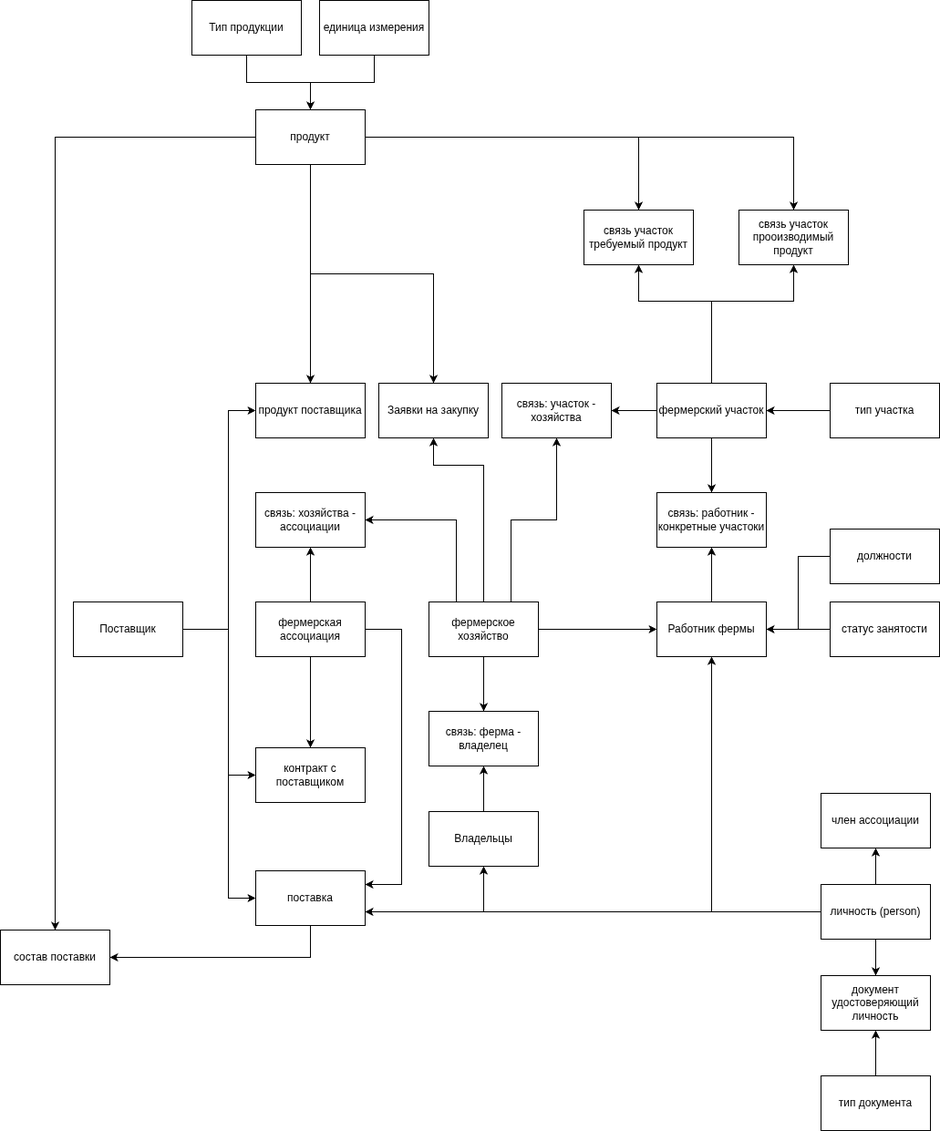
ABOKADO228/UP04 keeps this draw.io diagram as Docs/db_cheme.png. Above is the earlier version. Source tidied: cells renumbered, new cells last; positions are measured from the earlier drawing's top-left corner, leaving out a move shared by most shapes.
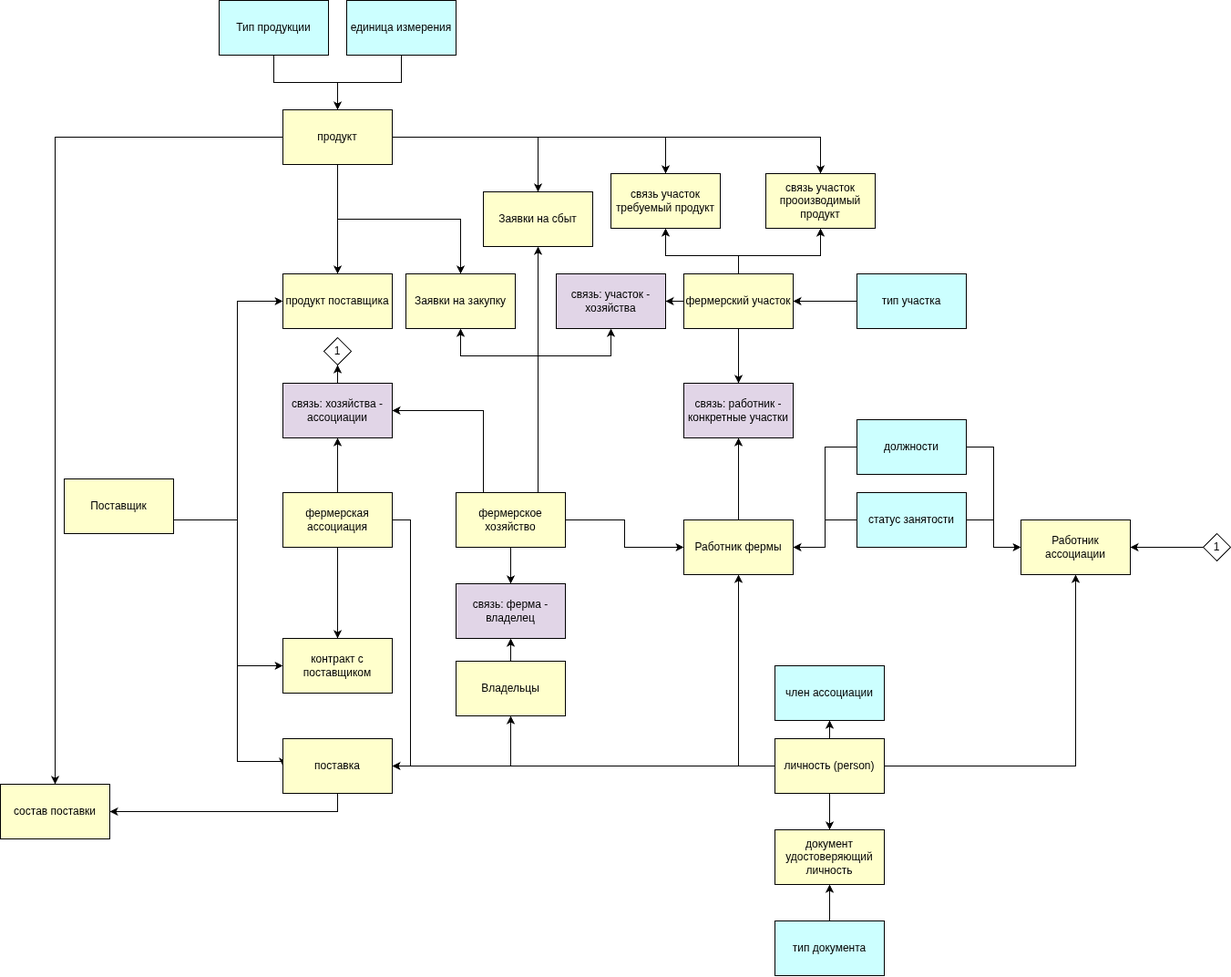
The same diagram one commit later.

What changed in the source:
```diff
@@ -7,3 +7,6 @@
     </mxCell>
+    <mxCell id="63" style="edgeStyle=orthogonalEdgeStyle;rounded=0;jettySize=auto;html=1;" parent="1" edge="1" source="3" target="68">
+      <mxGeometry relative="1" as="geometry" />
+    </mxCell>
-    <mxCell id="3" value="статус занятости" style="rounded=0;whiteSpace=wrap;html=1;" parent="1" vertex="1">
+    <mxCell id="3" value="статус занятости" style="rounded=0;whiteSpace=wrap;html=1;fillColor=#CCFFFF;" parent="1" vertex="1">
       <mxGeometry x="910" y="660" width="120" height="60" as="geometry" />
@@ -16,13 +19,25 @@
     </mxCell>
-    <mxCell id="6" style="edgeStyle=orthogonalEdgeStyle;rounded=0;jettySize=auto;html=1;exitX=0;exitY=0.5;exitDx=0;exitDy=0;" parent="1" edge="1" source="9" target="19">
-      <mxGeometry relative="1" as="geometry" />
+    <mxCell id="6" style="edgeStyle=orthogonalEdgeStyle;rounded=0;jettySize=auto;html=1;exitX=0;exitY=0.5;exitDx=0;exitDy=0;entryX=0.5;entryY=1;entryDx=0;entryDy=0;" parent="1" edge="1" source="9" target="19">
+      <mxGeometry relative="1" as="geometry">
+        <Array as="points">
+          <mxPoint x="530" y="960" />
+        </Array>
+      </mxGeometry>
     </mxCell>
     <mxCell id="7" style="edgeStyle=orthogonalEdgeStyle;rounded=0;jettySize=auto;html=1;exitX=0;exitY=0.5;exitDx=0;exitDy=0;" parent="1" edge="1" source="9" target="37">
-      <mxGeometry relative="1" as="geometry" />
+      <mxGeometry relative="1" as="geometry">
+        <Array as="points">
+          <mxPoint x="780" y="960" />
+        </Array>
+      </mxGeometry>
     </mxCell>
-    <mxCell id="8" style="edgeStyle=orthogonalEdgeStyle;rounded=0;jettySize=auto;html=1;entryX=1;entryY=0.75;entryDx=0;entryDy=0;" parent="1" edge="1" source="9" target="53">
-      <mxGeometry relative="1" as="geometry" />
+    <mxCell id="8" style="edgeStyle=orthogonalEdgeStyle;rounded=0;jettySize=auto;html=1;entryX=1;entryY=0.5;entryDx=0;entryDy=0;" parent="1" edge="1" source="9" target="53">
+      <mxGeometry relative="1" as="geometry">
+        <Array as="points">
+          <mxPoint x="400" y="960" />
+        </Array>
+      </mxGeometry>
     </mxCell>
-    <mxCell id="9" value="личность (person)" style="rounded=0;whiteSpace=wrap;html=1;" parent="1" vertex="1">
-      <mxGeometry x="900" y="970" width="120" height="60" as="geometry" />
+    <mxCell id="9" value="личность (person)" style="rounded=0;whiteSpace=wrap;html=1;fillColor=#FFFFCC;" parent="1" vertex="1">
+      <mxGeometry x="820" y="930" width="120" height="60" as="geometry" />
     </mxCell>
@@ -31,3 +46,6 @@
     </mxCell>
+    <mxCell id="64" style="edgeStyle=orthogonalEdgeStyle;rounded=0;jettySize=auto;html=1;entryX=0;entryY=0.5;entryDx=0;entryDy=0;" parent="1" edge="1" source="11" target="68">
+      <mxGeometry relative="1" as="geometry" />
+    </mxCell>
-    <mxCell id="11" value="должности" style="rounded=0;whiteSpace=wrap;html=1;" parent="1" vertex="1">
+    <mxCell id="11" value="должности" style="rounded=0;whiteSpace=wrap;html=1;fillColor=#CCFFFF;" parent="1" vertex="1">
       <mxGeometry x="910" y="580" width="120" height="60" as="geometry" />
@@ -37,4 +55,4 @@
     </mxCell>
-    <mxCell id="13" value="тип документа" style="rounded=0;whiteSpace=wrap;html=1;" parent="1" vertex="1">
-      <mxGeometry x="900" y="1180" width="120" height="60" as="geometry" />
+    <mxCell id="13" value="тип документа" style="rounded=0;whiteSpace=wrap;html=1;fillColor=#CCFFFF;" parent="1" vertex="1">
+      <mxGeometry x="820" y="1130" width="120" height="60" as="geometry" />
     </mxCell>
@@ -42,6 +60,6 @@
       <mxGeometry relative="1" as="geometry">
-        <mxPoint x="340" y="120" as="targetPoint" />
+        <mxPoint x="340" y="240" as="targetPoint" />
         <Array as="points">
-          <mxPoint x="410" y="90" />
-          <mxPoint x="340" y="90" />
+          <mxPoint x="410" y="210" />
+          <mxPoint x="340" y="210" />
         </Array>
@@ -49,10 +67,10 @@
     </mxCell>
-    <mxCell id="15" value="единица измерения" style="rounded=0;whiteSpace=wrap;html=1;" parent="1" vertex="1">
-      <mxGeometry x="350" width="120" height="60" as="geometry" />
+    <mxCell id="15" value="единица измерения" style="rounded=0;whiteSpace=wrap;html=1;fillColor=#CCFFFF;" parent="1" vertex="1">
+      <mxGeometry x="350" y="120" width="120" height="60" as="geometry" />
     </mxCell>
-    <mxCell id="16" value="документ удостоверяющий личность" style="rounded=0;whiteSpace=wrap;html=1;" parent="1" vertex="1">
-      <mxGeometry x="900" y="1070" width="120" height="60" as="geometry" />
+    <mxCell id="16" value="документ удостоверяющий личность" style="rounded=0;whiteSpace=wrap;html=1;fillColor=#FFFFCC;" parent="1" vertex="1">
+      <mxGeometry x="820" y="1030" width="120" height="60" as="geometry" />
     </mxCell>
-    <mxCell id="17" value="член ассоциации" style="rounded=0;whiteSpace=wrap;html=1;" parent="1" vertex="1">
-      <mxGeometry x="900" y="870" width="120" height="60" as="geometry" />
+    <mxCell id="17" value="член ассоциации" style="rounded=0;whiteSpace=wrap;html=1;fillColor=#CCFFFF;" parent="1" vertex="1">
+      <mxGeometry x="820" y="850" width="120" height="60" as="geometry" />
     </mxCell>
@@ -61,4 +79,4 @@
     </mxCell>
-    <mxCell id="19" value="Владельцы" style="rounded=0;whiteSpace=wrap;html=1;" parent="1" vertex="1">
-      <mxGeometry x="470" y="890" width="120" height="60" as="geometry" />
+    <mxCell id="19" value="Владельцы" style="rounded=0;whiteSpace=wrap;html=1;fillColor=#FFFFCC;" parent="1" vertex="1">
+      <mxGeometry x="470" y="845" width="120" height="60" as="geometry" />
     </mxCell>
@@ -73,4 +91,4 @@
         <Array as="points">
-          <mxPoint x="780" y="330" />
-          <mxPoint x="870" y="330" />
+          <mxPoint x="780" y="400" />
+          <mxPoint x="870" y="400" />
         </Array>
@@ -81,4 +99,4 @@
         <Array as="points">
-          <mxPoint x="780" y="330" />
-          <mxPoint x="700" y="330" />
+          <mxPoint x="780" y="400" />
+          <mxPoint x="700" y="400" />
         </Array>
@@ -86,3 +104,3 @@
     </mxCell>
-    <mxCell id="24" value="фермерский участок" style="rounded=0;whiteSpace=wrap;html=1;" parent="1" vertex="1">
+    <mxCell id="24" value="фермерский участок" style="rounded=0;whiteSpace=wrap;html=1;fillColor=#FFFFCC;" parent="1" vertex="1">
       <mxGeometry x="720" y="420" width="120" height="60" as="geometry" />
@@ -95,3 +113,3 @@
     </mxCell>
-    <mxCell id="27" value="фермерская ассоциация" style="rounded=0;whiteSpace=wrap;html=1;" parent="1" vertex="1">
+    <mxCell id="27" value="фермерская ассоциация" style="rounded=0;whiteSpace=wrap;html=1;fillColor=#FFFFCC;" parent="1" vertex="1">
       <mxGeometry x="280" y="660" width="120" height="60" as="geometry" />
@@ -104,7 +122,9 @@
     </mxCell>
-    <mxCell id="30" style="edgeStyle=orthogonalEdgeStyle;rounded=0;jettySize=auto;html=1;entryX=0.5;entryY=1;entryDx=0;entryDy=0;exitX=0.75;exitY=0;exitDx=0;exitDy=0;" parent="1" edge="1" source="34" target="38">
+    <mxCell id="30" style="edgeStyle=orthogonalEdgeStyle;rounded=0;jettySize=auto;html=1;entryX=0.5;entryY=1;entryDx=0;entryDy=0;" parent="1" edge="1" target="38">
       <mxGeometry relative="1" as="geometry">
+        <mxPoint x="560" y="660" as="sourcePoint" />
         <Array as="points">
-          <mxPoint x="560" y="570" />
-          <mxPoint x="610" y="570" />
+          <mxPoint x="560" y="660" />
+          <mxPoint x="560" y="510" />
+          <mxPoint x="640" y="510" />
         </Array>
@@ -119,7 +139,7 @@
     </mxCell>
-    <mxCell id="32" style="edgeStyle=orthogonalEdgeStyle;rounded=0;jettySize=auto;html=1;entryX=1;entryY=0.25;entryDx=0;entryDy=0;exitX=1;exitY=0.5;exitDx=0;exitDy=0;" parent="1" edge="1" source="27" target="53">
+    <mxCell id="32" style="edgeStyle=orthogonalEdgeStyle;rounded=0;jettySize=auto;html=1;entryX=1;entryY=0.5;entryDx=0;entryDy=0;exitX=1;exitY=0.5;exitDx=0;exitDy=0;" parent="1" edge="1" source="27" target="53">
       <mxGeometry relative="1" as="geometry">
         <Array as="points">
-          <mxPoint x="440" y="690" />
-          <mxPoint x="440" y="970" />
+          <mxPoint x="420" y="690" />
+          <mxPoint x="420" y="960" />
         </Array>
@@ -127,6 +147,6 @@
     </mxCell>
-    <mxCell id="33" style="edgeStyle=orthogonalEdgeStyle;rounded=0;jettySize=auto;html=1;entryX=0.5;entryY=1;entryDx=0;entryDy=0;" parent="1" edge="1" source="34" target="62">
+    <mxCell id="33" style="edgeStyle=orthogonalEdgeStyle;rounded=0;jettySize=auto;html=1;entryX=0.5;entryY=1;entryDx=0;entryDy=0;exitX=0.75;exitY=0;exitDx=0;exitDy=0;" parent="1" edge="1" source="34" target="62">
       <mxGeometry relative="1" as="geometry">
         <Array as="points">
-          <mxPoint x="530" y="510" />
+          <mxPoint x="560" y="510" />
           <mxPoint x="475" y="510" />
@@ -135,7 +155,15 @@
     </mxCell>
+    <mxCell id="65" style="edgeStyle=orthogonalEdgeStyle;rounded=0;jettySize=auto;html=1;entryX=0.5;entryY=1;entryDx=0;entryDy=0;" parent="1" edge="1" source="34" target="73">
+      <mxGeometry relative="1" as="geometry">
+        <Array as="points">
+          <mxPoint x="560" y="590" />
+          <mxPoint x="560" y="590" />
+        </Array>
+      </mxGeometry>
+    </mxCell>
-    <mxCell id="34" value="фермерское хозяйство" style="rounded=0;whiteSpace=wrap;html=1;" parent="1" vertex="1">
+    <mxCell id="34" value="фермерское хозяйство" style="rounded=0;whiteSpace=wrap;html=1;fillColor=#FFFFCC;" parent="1" vertex="1">
       <mxGeometry x="470" y="660" width="120" height="60" as="geometry" />
     </mxCell>
-    <mxCell id="35" value="связь: ферма - владелец" style="rounded=0;whiteSpace=wrap;html=1;" parent="1" vertex="1">
-      <mxGeometry x="470" y="780" width="120" height="60" as="geometry" />
+    <mxCell id="35" value="связь: ферма - владелец" style="rounded=0;whiteSpace=wrap;html=1;fillColor=#E1D5E7;" parent="1" vertex="1">
+      <mxGeometry x="470" y="760" width="120" height="60" as="geometry" />
     </mxCell>
@@ -144,12 +172,15 @@
     </mxCell>
-    <mxCell id="37" value="Работник фермы" style="rounded=0;whiteSpace=wrap;html=1;" parent="1" vertex="1">
-      <mxGeometry x="720" y="660" width="120" height="60" as="geometry" />
+    <mxCell id="37" value="Работник фермы" style="rounded=0;whiteSpace=wrap;html=1;fillColor=#FFFFCC;" parent="1" vertex="1">
+      <mxGeometry x="720" y="690" width="120" height="60" as="geometry" />
     </mxCell>
-    <mxCell id="38" value="связь: участок - хозяйства" style="rounded=0;whiteSpace=wrap;html=1;" parent="1" vertex="1">
-      <mxGeometry x="550" y="420" width="120" height="60" as="geometry" />
+    <mxCell id="38" value="связь: участок - хозяйства" style="rounded=0;whiteSpace=wrap;html=1;fillColor=#E1D5E7;" parent="1" vertex="1">
+      <mxGeometry x="580" y="420" width="120" height="60" as="geometry" />
     </mxCell>
+    <mxCell id="66" style="edgeStyle=orthogonalEdgeStyle;rounded=0;jettySize=auto;html=1;entryX=0.5;entryY=1;entryDx=0;entryDy=0;" parent="1" edge="1" source="39" target="69">
+      <mxGeometry relative="1" as="geometry" />
+    </mxCell>
-    <mxCell id="39" value="связь: хозяйства - ассоциации" style="rounded=0;whiteSpace=wrap;html=1;" parent="1" vertex="1">
+    <mxCell id="39" value="связь: хозяйства - ассоциации" style="rounded=0;whiteSpace=wrap;html=1;fillColor=#E1D5E7;" parent="1" vertex="1">
       <mxGeometry x="280" y="540" width="120" height="60" as="geometry" />
     </mxCell>
-    <mxCell id="40" value="связь: работник - конкретные участоки" style="rounded=0;whiteSpace=wrap;html=1;" parent="1" vertex="1">
+    <mxCell id="40" value="связь: работник - конкретные участки" style="rounded=0;whiteSpace=wrap;html=1;fillColor=#E1D5E7;" parent="1" vertex="1">
       <mxGeometry x="720" y="540" width="120" height="60" as="geometry" />
@@ -159,4 +190,4 @@
         <Array as="points">
-          <mxPoint x="250" y="690" />
-          <mxPoint x="250" y="450" />
+          <mxPoint x="230" y="690" />
+          <mxPoint x="230" y="450" />
         </Array>
@@ -167,4 +198,5 @@
         <Array as="points">
-          <mxPoint x="250" y="690" />
-          <mxPoint x="250" y="850" />
+          <mxPoint x="160" y="690" />
+          <mxPoint x="230" y="690" />
+          <mxPoint x="230" y="850" />
         </Array>
@@ -175,4 +207,6 @@
         <Array as="points">
-          <mxPoint x="250" y="690" />
-          <mxPoint x="250" y="985" />
+          <mxPoint x="160" y="690" />
+          <mxPoint x="230" y="690" />
+          <mxPoint x="230" y="955" />
+          <mxPoint x="280" y="955" />
         </Array>
@@ -180,4 +214,4 @@
     </mxCell>
-    <mxCell id="44" value="Поставщик" style="rounded=0;whiteSpace=wrap;html=1;" parent="1" vertex="1">
-      <mxGeometry x="80" y="660" width="120" height="60" as="geometry" />
+    <mxCell id="44" value="Поставщик" style="rounded=0;whiteSpace=wrap;html=1;fillColor=#FFFFCC;" parent="1" vertex="1">
+      <mxGeometry x="40" y="645" width="120" height="60" as="geometry" />
     </mxCell>
@@ -195,9 +229,12 @@
     </mxCell>
+    <mxCell id="67" style="edgeStyle=orthogonalEdgeStyle;rounded=0;jettySize=auto;html=1;entryX=0.5;entryY=0;entryDx=0;entryDy=0;" parent="1" edge="1" source="49" target="73">
+      <mxGeometry relative="1" as="geometry" />
+    </mxCell>
-    <mxCell id="49" value="продукт" style="rounded=0;whiteSpace=wrap;html=1;" parent="1" vertex="1">
-      <mxGeometry x="280" y="120" width="120" height="60" as="geometry" />
+    <mxCell id="49" value="продукт" style="rounded=0;whiteSpace=wrap;html=1;fillColor=#FFFFCC;" parent="1" vertex="1">
+      <mxGeometry x="280" y="240" width="120" height="60" as="geometry" />
     </mxCell>
-    <mxCell id="50" value="продукт поставщика" style="rounded=0;whiteSpace=wrap;html=1;" parent="1" vertex="1">
+    <mxCell id="50" value="продукт поставщика" style="rounded=0;whiteSpace=wrap;html=1;fillColor=#FFFFCC;" parent="1" vertex="1">
       <mxGeometry x="280" y="420" width="120" height="60" as="geometry" />
     </mxCell>
-    <mxCell id="51" value="контракт с поставщиком" style="rounded=0;whiteSpace=wrap;html=1;" parent="1" vertex="1">
+    <mxCell id="51" value="контракт с поставщиком" style="rounded=0;whiteSpace=wrap;html=1;fillColor=#FFFFCC;" parent="1" vertex="1">
       <mxGeometry x="280" y="820" width="120" height="60" as="geometry" />
@@ -207,7 +244,7 @@
     </mxCell>
-    <mxCell id="53" value="поставка" style="rounded=0;whiteSpace=wrap;html=1;" parent="1" vertex="1">
-      <mxGeometry x="280" y="955" width="120" height="60" as="geometry" />
+    <mxCell id="53" value="поставка" style="rounded=0;whiteSpace=wrap;html=1;fillColor=#FFFFCC;" parent="1" vertex="1">
+      <mxGeometry x="280" y="930" width="120" height="60" as="geometry" />
     </mxCell>
-    <mxCell id="54" value="с&lt;span style=&quot;background-color: transparent; color: light-dark(rgb(0, 0, 0), rgb(255, 255, 255));&quot;&gt;остав поставки&lt;/span&gt;" style="rounded=0;whiteSpace=wrap;html=1;" parent="1" vertex="1">
-      <mxGeometry y="1020" width="120" height="60" as="geometry" />
+    <mxCell id="54" value="с&lt;span style=&quot;background-color: transparent; color: light-dark(rgb(0, 0, 0), rgb(255, 255, 255));&quot;&gt;остав поставки&lt;/span&gt;" style="rounded=0;whiteSpace=wrap;html=1;fillColor=#FFFFCC;" parent="1" vertex="1">
+      <mxGeometry x="-30" y="980" width="120" height="60" as="geometry" />
     </mxCell>
@@ -216,4 +253,4 @@
     </mxCell>
-    <mxCell id="56" value="Тип продукции" style="rounded=0;whiteSpace=wrap;html=1;" parent="1" vertex="1">
-      <mxGeometry x="210" width="120" height="60" as="geometry" />
+    <mxCell id="56" value="Тип продукции" style="rounded=0;whiteSpace=wrap;html=1;fillColor=#CCFFFF;" parent="1" vertex="1">
+      <mxGeometry x="210" y="120" width="120" height="60" as="geometry" />
     </mxCell>
@@ -222,7 +259,7 @@
     </mxCell>
-    <mxCell id="58" value="тип участка" style="rounded=0;whiteSpace=wrap;html=1;" parent="1" vertex="1">
+    <mxCell id="58" value="тип участка" style="rounded=0;whiteSpace=wrap;html=1;fillColor=#CCFFFF;" parent="1" vertex="1">
       <mxGeometry x="910" y="420" width="120" height="60" as="geometry" />
     </mxCell>
-    <mxCell id="59" value="связь участок прооизводимый продукт" style="rounded=0;whiteSpace=wrap;html=1;" parent="1" vertex="1">
-      <mxGeometry x="810" y="230" width="120" height="60" as="geometry" />
+    <mxCell id="59" value="связь участок прооизводимый продукт" style="rounded=0;whiteSpace=wrap;html=1;fillColor=#FFFFCC;" parent="1" vertex="1">
+      <mxGeometry x="810" y="310" width="120" height="60" as="geometry" />
     </mxCell>
@@ -231,8 +268,26 @@
     </mxCell>
-    <mxCell id="61" value="связь участок требуемый продукт" style="rounded=0;whiteSpace=wrap;html=1;" parent="1" vertex="1">
-      <mxGeometry x="640" y="230" width="120" height="60" as="geometry" />
+    <mxCell id="61" value="связь участок требуемый продукт" style="rounded=0;whiteSpace=wrap;html=1;fillColor=#FFFFCC;" parent="1" vertex="1">
+      <mxGeometry x="640" y="310" width="120" height="60" as="geometry" />
     </mxCell>
-    <mxCell id="62" value="Заявки на закупку" style="rounded=0;whiteSpace=wrap;html=1;" parent="1" vertex="1">
+    <mxCell id="62" value="Заявки на закупку" style="rounded=0;whiteSpace=wrap;html=1;fillColor=#FFFFCC;" parent="1" vertex="1">
       <mxGeometry x="415" y="420" width="120" height="60" as="geometry" />
     </mxCell>
+    <mxCell id="68" value="Работник ассоциации" style="rounded=0;whiteSpace=wrap;html=1;fillColor=#FFFFCC;" parent="1" vertex="1">
+      <mxGeometry x="1090" y="690" width="120" height="60" as="geometry" />
+    </mxCell>
+    <mxCell id="69" value="1" style="rhombus;whiteSpace=wrap;html=1;" parent="1" vertex="1">
+      <mxGeometry x="325" y="490" width="30" height="30" as="geometry" />
+    </mxCell>
+    <mxCell id="70" style="edgeStyle=orthogonalEdgeStyle;rounded=0;jettySize=auto;html=1;entryX=1;entryY=0.5;entryDx=0;entryDy=0;" parent="1" edge="1" source="71" target="68">
+      <mxGeometry relative="1" as="geometry" />
+    </mxCell>
+    <mxCell id="71" value="1" style="rhombus;whiteSpace=wrap;html=1;" parent="1" vertex="1">
+      <mxGeometry x="1290" y="705" width="30" height="30" as="geometry" />
+    </mxCell>
+    <mxCell id="72" style="edgeStyle=orthogonalEdgeStyle;rounded=0;jettySize=auto;html=1;entryX=0.5;entryY=1;entryDx=0;entryDy=0;" parent="1" edge="1" source="9" target="68">
+      <mxGeometry relative="1" as="geometry" />
+    </mxCell>
+    <mxCell id="73" value="Заявки на сбыт" style="rounded=0;whiteSpace=wrap;html=1;fillColor=#FFFFCC;" parent="1" vertex="1">
+      <mxGeometry x="500" y="330" width="120" height="60" as="geometry" />
+    </mxCell>
   </root>
```
